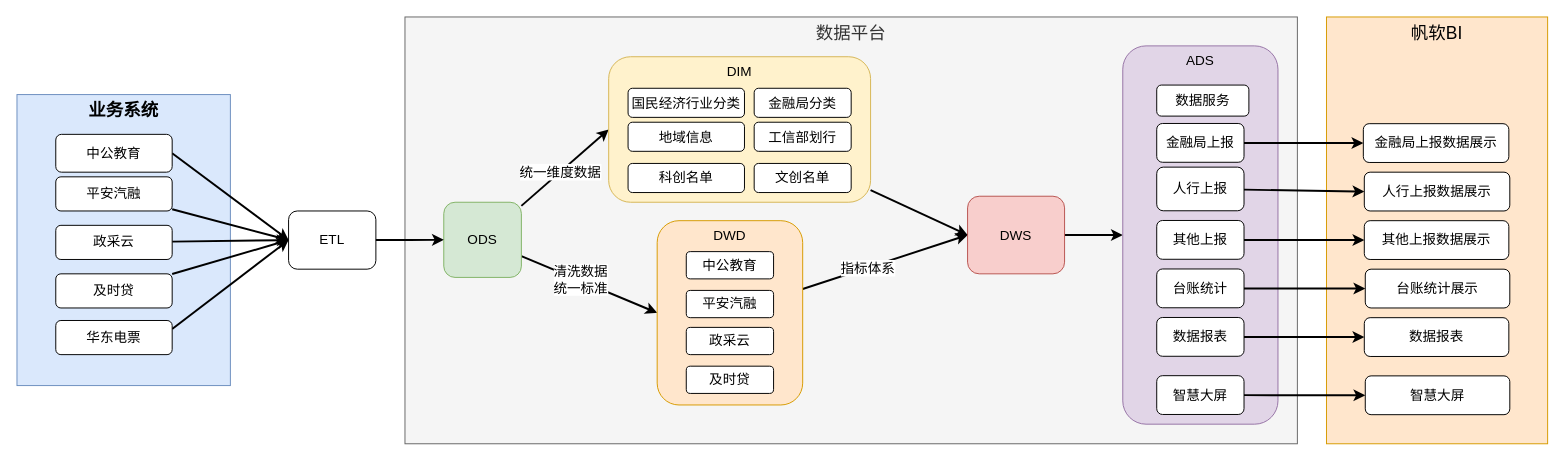
Before: page "数据治理" (14 of 22) of work.drawio in starzy1990/diagrams, a draw.io diagram. Source tidied: cells renumbered, new cells numbered last; positions are measured from the earlier drawing's top-left corner, leaving out a move shared by most shapes. Both pictures are drawn from the tidied source at 97%, with x=0, y=0 at pixel (16, 16).
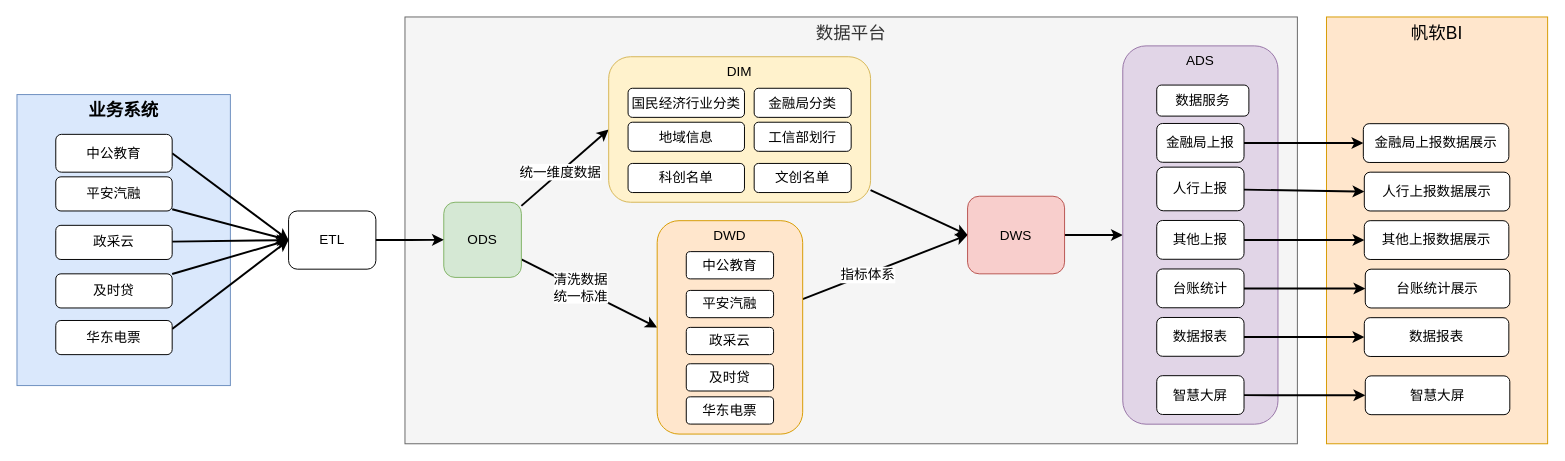
After the change.

The edit, as a diff of the source:
```diff
@@
     <mxCell id="13" value="DWD" style="rounded=1;whiteSpace=wrap;html=1;fontSize=14;fillColor=#ffe6cc;strokeColor=#d79b00;verticalAlign=top;" parent="1" vertex="1">
-      <mxGeometry x="660" y="210" width="150" height="190" as="geometry" />
+      <mxGeometry x="660" y="210" width="150" height="220" as="geometry" />
     </mxCell>
@@
     <mxCell id="28" value="及时贷" style="rounded=1;whiteSpace=wrap;html=1;fontSize=14;" parent="1" vertex="1">
-      <mxGeometry x="690" y="360" width="90" height="28.1" as="geometry" />
+      <mxGeometry x="690" y="357.5" width="90" height="28.1" as="geometry" />
     </mxCell>
@@
+    <mxCell id="59" value="华东电票" style="rounded=1;whiteSpace=wrap;html=1;fontSize=14;" parent="1" vertex="1">
+      <mxGeometry x="690" y="391.6" width="90" height="28.1" as="geometry" />
+    </mxCell>
```
